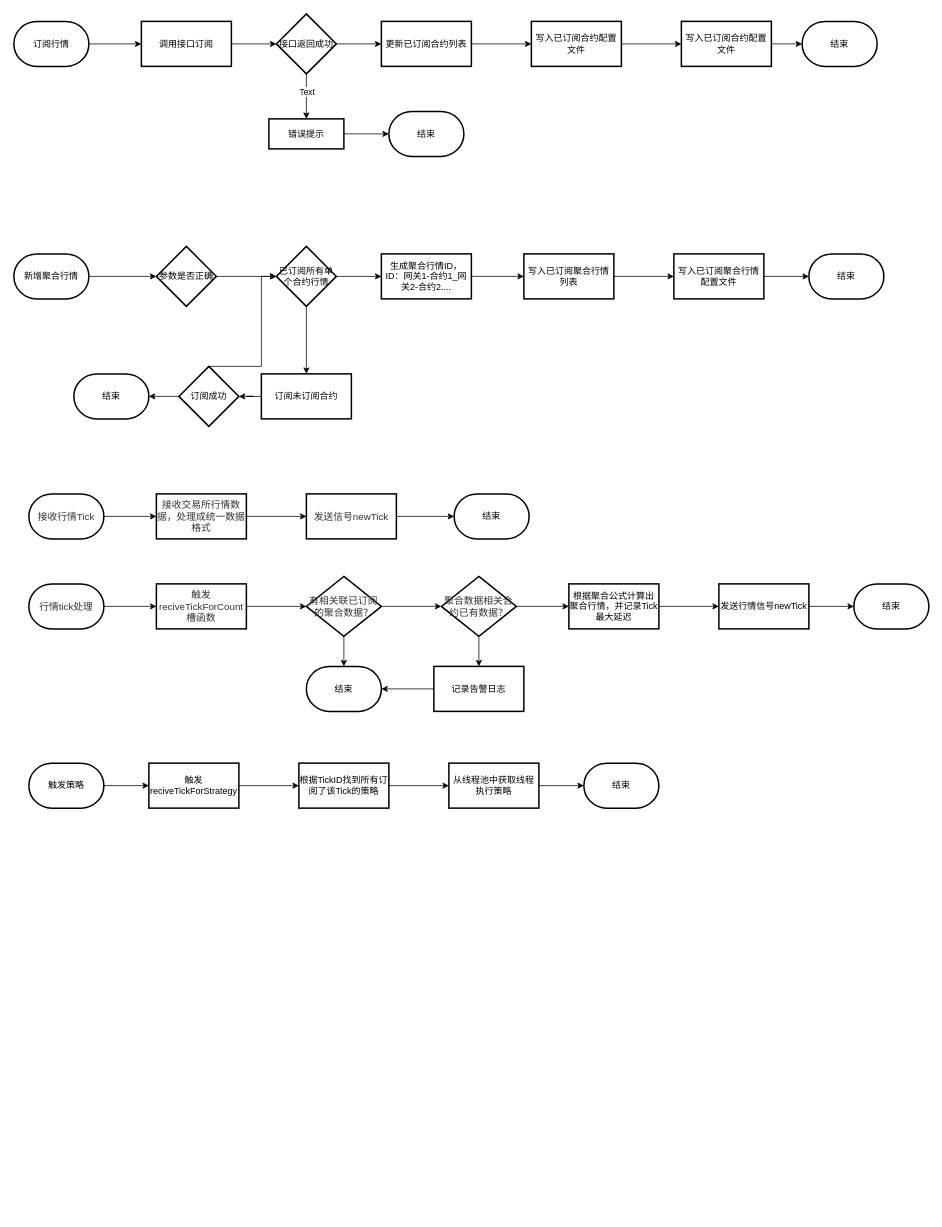
Above: Untitled Diagram.drawio in githubLogger/ProjectDocument (draw.io), before the change. Source tidied: cells renumbered, new cells numbered last; positions are measured from the earlier drawing's top-left corner, leaving out a move shared by most shapes. Both pictures are drawn from the tidied source at 75%, with x=0, y=0 at pixel (14, 14).
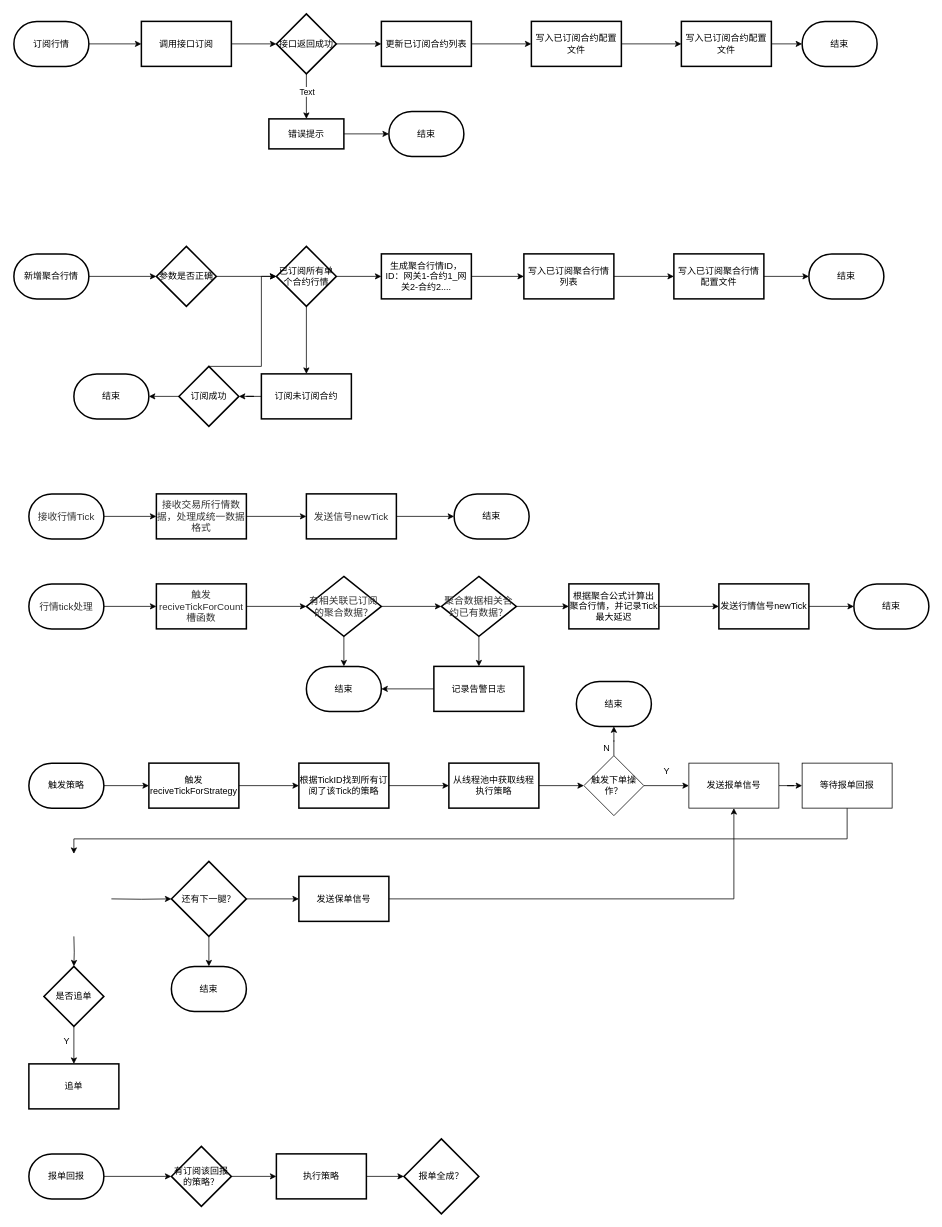
The same diagram, later.

The change refers to these unchanged cells:
```xml
<mxCell id="72" value="从线程池中获取线程执行策略" style="whiteSpace=wrap;html=1;strokeWidth=2;" parent="1" vertex="1">
  <mxGeometry x="580" y="999" width="120" height="60" as="geometry" />
</mxCell>
```

Change to the diagram source:
```diff
@@
-    <mxCell id="71" style="edgeStyle=orthogonalEdgeStyle;rounded=0;jettySize=auto;html=1;" parent="1" edge="1" source="72" target="73">
-      <mxGeometry relative="1" as="geometry" />
-    </mxCell>
+    <mxCell id="74" style="edgeStyle=orthogonalEdgeStyle;rounded=0;jettySize=auto;html=1;" parent="1" edge="1" source="72" target="77">
+      <mxGeometry relative="1" as="geometry" />
+    </mxCell>
@@
-    <mxCell id="73" value="结束" style="strokeWidth=2;html=1;shape=mxgraph.flowchart.terminator;whiteSpace=wrap;" parent="1" vertex="1">
-      <mxGeometry x="760" y="999" width="100" height="60" as="geometry" />
-    </mxCell>
+    <mxCell id="75" style="edgeStyle=orthogonalEdgeStyle;rounded=0;jettySize=auto;html=1;" parent="1" edge="1" source="77" target="79">
+      <mxGeometry relative="1" as="geometry" />
+    </mxCell>
+    <mxCell id="76" style="edgeStyle=orthogonalEdgeStyle;rounded=0;jettySize=auto;html=1;" parent="1" edge="1" source="77" target="81">
+      <mxGeometry relative="1" as="geometry" />
+    </mxCell>
+    <mxCell id="77" value="触发下单操作？" style="rhombus;whiteSpace=wrap;html=1;" parent="1" vertex="1">
+      <mxGeometry x="760" y="989" width="80" height="80" as="geometry" />
+    </mxCell>
+    <mxCell id="78" style="edgeStyle=orthogonalEdgeStyle;rounded=0;jettySize=auto;html=1;" parent="1" edge="1" source="79" target="84">
+      <mxGeometry relative="1" as="geometry" />
+    </mxCell>
+    <mxCell id="79" value="发送报单信号" style="whiteSpace=wrap;html=1;" parent="1" vertex="1">
+      <mxGeometry x="900" y="999" width="120" height="60" as="geometry" />
+    </mxCell>
+    <mxCell id="80" value="Y" style="text;html=1;align=center;verticalAlign=middle;strokeColor=none;fillColor=none;" parent="1" vertex="1">
+      <mxGeometry x="860" y="1000" width="20" height="20" as="geometry" />
+    </mxCell>
+    <mxCell id="81" value="结束" style="strokeWidth=2;html=1;shape=mxgraph.flowchart.terminator;whiteSpace=wrap;" parent="1" vertex="1">
+      <mxGeometry x="750" y="890" width="100" height="60" as="geometry" />
+    </mxCell>
+    <mxCell id="82" value="N" style="text;html=1;align=center;verticalAlign=middle;strokeColor=none;fillColor=none;" parent="1" vertex="1">
+      <mxGeometry x="780" y="969" width="20" height="20" as="geometry" />
+    </mxCell>
+    <mxCell id="83" style="edgeStyle=orthogonalEdgeStyle;rounded=0;jettySize=auto;html=1;" parent="1" edge="1" source="84">
+      <mxGeometry relative="1" as="geometry">
+        <mxPoint x="80" y="1120" as="targetPoint" />
+        <Array as="points">
+          <mxPoint x="1111" y="1100" />
+          <mxPoint x="80" y="1100" />
+        </Array>
+      </mxGeometry>
+    </mxCell>
+    <mxCell id="84" value="等待报单回报" style="whiteSpace=wrap;html=1;" parent="1" vertex="1">
+      <mxGeometry x="1051" y="999" width="120" height="60" as="geometry" />
+    </mxCell>
+    <mxCell id="85" style="edgeStyle=orthogonalEdgeStyle;rounded=0;jettySize=auto;html=1;" parent="1" edge="1" target="89">
+      <mxGeometry relative="1" as="geometry">
+        <mxPoint x="130" y="1180" as="sourcePoint" />
+      </mxGeometry>
+    </mxCell>
+    <mxCell id="86" style="edgeStyle=orthogonalEdgeStyle;rounded=0;jettySize=auto;html=1;" parent="1" edge="1" target="94">
+      <mxGeometry relative="1" as="geometry">
+        <mxPoint x="80" y="1230" as="sourcePoint" />
+      </mxGeometry>
+    </mxCell>
+    <mxCell id="87" style="edgeStyle=orthogonalEdgeStyle;rounded=0;jettySize=auto;html=1;" parent="1" edge="1" source="89" target="91">
+      <mxGeometry relative="1" as="geometry" />
+    </mxCell>
+    <mxCell id="88" style="edgeStyle=orthogonalEdgeStyle;rounded=0;jettySize=auto;html=1;" parent="1" edge="1" source="89" target="92">
+      <mxGeometry relative="1" as="geometry" />
+    </mxCell>
+    <mxCell id="89" value="还有下一腿？" style="strokeWidth=2;html=1;shape=mxgraph.flowchart.decision;whiteSpace=wrap;" parent="1" vertex="1">
+      <mxGeometry x="210" y="1130" width="100" height="100" as="geometry" />
+    </mxCell>
+    <mxCell id="90" style="edgeStyle=orthogonalEdgeStyle;rounded=0;jettySize=auto;html=1;" parent="1" edge="1" source="91" target="79">
+      <mxGeometry relative="1" as="geometry" />
+    </mxCell>
+    <mxCell id="91" value="发送保单信号" style="whiteSpace=wrap;html=1;strokeWidth=2;" parent="1" vertex="1">
+      <mxGeometry x="380" y="1150" width="120" height="60" as="geometry" />
+    </mxCell>
+    <mxCell id="92" value="结束" style="strokeWidth=2;html=1;shape=mxgraph.flowchart.terminator;whiteSpace=wrap;" parent="1" vertex="1">
+      <mxGeometry x="210" y="1270" width="100" height="60" as="geometry" />
+    </mxCell>
+    <mxCell id="93" style="edgeStyle=orthogonalEdgeStyle;rounded=0;jettySize=auto;html=1;" parent="1" edge="1" source="94" target="95">
+      <mxGeometry relative="1" as="geometry" />
+    </mxCell>
+    <mxCell id="94" value="是否追单" style="rhombus;whiteSpace=wrap;html=1;strokeWidth=2;" parent="1" vertex="1">
+      <mxGeometry x="40" y="1270" width="80" height="80" as="geometry" />
+    </mxCell>
+    <mxCell id="95" value="追单" style="whiteSpace=wrap;html=1;strokeWidth=2;" parent="1" vertex="1">
+      <mxGeometry x="20" y="1400" width="120" height="60" as="geometry" />
+    </mxCell>
+    <mxCell id="96" value="Y" style="text;html=1;align=center;verticalAlign=middle;strokeColor=none;fillColor=none;" parent="1" vertex="1">
+      <mxGeometry x="60" y="1360" width="20" height="20" as="geometry" />
+    </mxCell>
+    <mxCell id="97" style="edgeStyle=orthogonalEdgeStyle;rounded=0;jettySize=auto;html=1;" parent="1" edge="1" source="98" target="100">
+      <mxGeometry relative="1" as="geometry" />
+    </mxCell>
+    <mxCell id="98" value="报单回报" style="strokeWidth=2;html=1;shape=mxgraph.flowchart.terminator;whiteSpace=wrap;" parent="1" vertex="1">
+      <mxGeometry x="20" y="1520" width="100" height="60" as="geometry" />
+    </mxCell>
+    <mxCell id="99" style="edgeStyle=orthogonalEdgeStyle;rounded=0;jettySize=auto;html=1;" parent="1" edge="1" source="100" target="102">
+      <mxGeometry relative="1" as="geometry" />
+    </mxCell>
+    <mxCell id="100" value="有订阅该回报的策略？" style="rhombus;whiteSpace=wrap;html=1;strokeWidth=2;" parent="1" vertex="1">
+      <mxGeometry x="210" y="1510" width="80" height="80" as="geometry" />
+    </mxCell>
+    <mxCell id="101" style="edgeStyle=orthogonalEdgeStyle;rounded=0;jettySize=auto;html=1;" parent="1" edge="1" source="102" target="103">
+      <mxGeometry relative="1" as="geometry" />
+    </mxCell>
+    <mxCell id="102" value="执行策略" style="whiteSpace=wrap;html=1;strokeWidth=2;" parent="1" vertex="1">
+      <mxGeometry x="350" y="1520" width="120" height="60" as="geometry" />
+    </mxCell>
+    <mxCell id="103" value="报单全成？" style="strokeWidth=2;html=1;shape=mxgraph.flowchart.decision;whiteSpace=wrap;" parent="1" vertex="1">
+      <mxGeometry x="520" y="1500" width="100" height="100" as="geometry" />
+    </mxCell>
```
